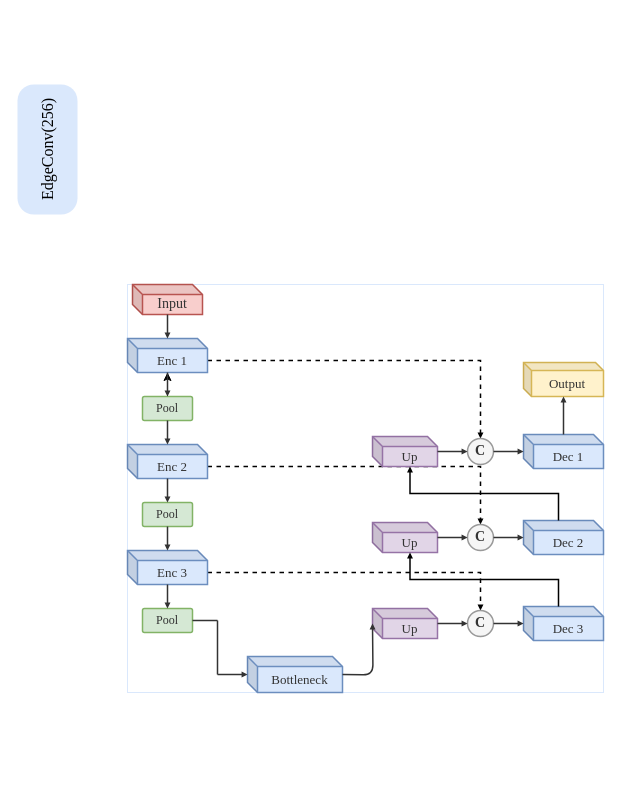
Above: DrivAerNet_RegGDCNN.drawio in bojunZhang-heng/science_drawing (draw.io), before the change. Source tidied: cells renumbered, new cells numbered last; positions are measured from the earlier drawing's top-left corner, leaving out a move shared by most shapes. Both pictures are drawn from the tidied source at 100%, with x=0, y=0 at pixel (-18, 119).
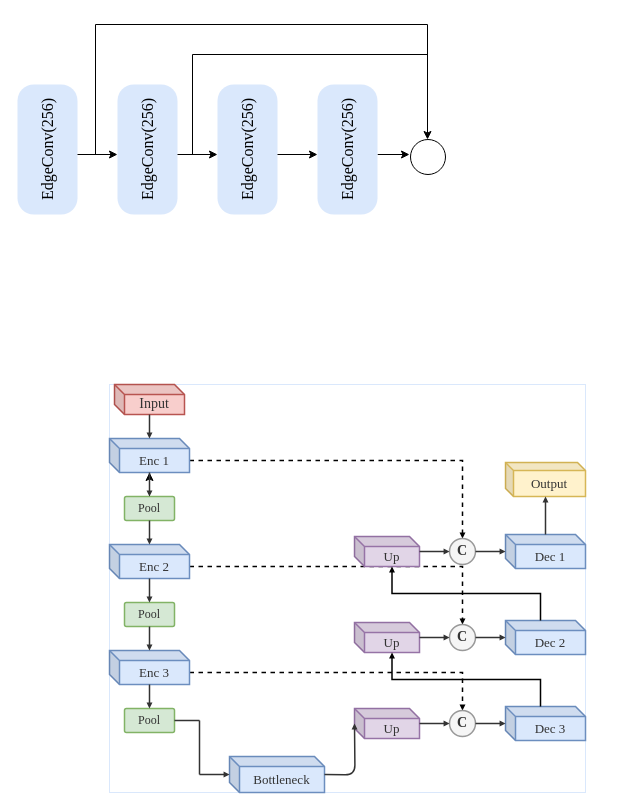
Above is the later version.

What changed in the source:
```diff
@@
     <mxCell id="3" style="group;strokeColor=#DAE8FC;" parent="1" vertex="1">
-      <mxGeometry x="145" y="165" width="476" height="408" as="geometry" />
+      <mxGeometry x="127" y="265" width="476" height="408" as="geometry" />
     </mxCell>
@@
+    <mxCell id="45" value="&lt;font style=&quot;font-size: 16px;&quot; face=&quot;Times New Roman&quot;&gt;EdgeConv(256)&lt;/font&gt;" style="rounded=1;whiteSpace=wrap;html=1;roundedPerimeter=1;rotation=-90;arcSize=27;fillColor=light-dark(#DAE8FC,#99FF99);strokeColor=none;fillStyle=auto;" parent="1" vertex="1">
+      <mxGeometry x="100" width="130" height="60" as="geometry" />
+    </mxCell>
+    <mxCell id="46" value="&lt;font style=&quot;font-size: 16px;&quot; face=&quot;Times New Roman&quot;&gt;EdgeConv(256)&lt;/font&gt;" style="rounded=1;whiteSpace=wrap;html=1;roundedPerimeter=1;rotation=-90;arcSize=27;fillColor=light-dark(#DAE8FC,#99FF99);strokeColor=none;fillStyle=auto;" parent="1" vertex="1">
+      <mxGeometry x="200" width="130" height="60" as="geometry" />
+    </mxCell>
+    <mxCell id="47" style="rounded=0;orthogonalLoop=1;jettySize=auto;html=1;defaultLabelBackgroundColor=page;exitX=0.5;exitY=1;exitDx=0;exitDy=0;" parent="1" edge="1">
+      <mxGeometry relative="1" as="geometry">
+        <mxPoint x="395" y="35" as="sourcePoint" />
+        <mxPoint x="427" y="35" as="targetPoint" />
+      </mxGeometry>
+    </mxCell>
+    <mxCell id="48" value="&lt;font style=&quot;font-size: 16px;&quot; face=&quot;Times New Roman&quot;&gt;EdgeConv(256)&lt;/font&gt;" style="rounded=1;whiteSpace=wrap;html=1;roundedPerimeter=1;rotation=-90;arcSize=27;fillColor=light-dark(#DAE8FC,#99FF99);strokeColor=none;fillStyle=auto;" parent="1" vertex="1">
+      <mxGeometry x="300" width="130" height="60" as="geometry" />
+    </mxCell>
+    <mxCell id="49" style="endArrow=classic;html=1;rounded=0;defaultLabelBackgroundColor=page;" parent="1" edge="1">
+      <mxGeometry relative="1" as="geometry">
+        <mxPoint x="95" y="35" as="sourcePoint" />
+        <mxPoint x="135" y="35" as="targetPoint" />
+      </mxGeometry>
+    </mxCell>
+    <mxCell id="50" style="endArrow=classic;html=1;rounded=0;defaultLabelBackgroundColor=page;" parent="1" edge="1">
+      <mxGeometry relative="1" as="geometry">
+        <mxPoint x="195" y="35" as="sourcePoint" />
+        <mxPoint x="235" y="35" as="targetPoint" />
+      </mxGeometry>
+    </mxCell>
+    <mxCell id="51" style="endArrow=classic;html=1;rounded=0;defaultLabelBackgroundColor=page;" parent="1" edge="1">
+      <mxGeometry relative="1" as="geometry">
+        <mxPoint x="295" y="35" as="sourcePoint" />
+        <mxPoint x="335" y="35" as="targetPoint" />
+      </mxGeometry>
+    </mxCell>
+    <mxCell id="52" style="endArrow=classic;html=1;rounded=0;defaultLabelBackgroundColor=page;edgeStyle=orthogonalEdgeStyle;" parent="1" edge="1">
+      <mxGeometry x="-0.67" relative="1" as="geometry">
+        <mxPoint x="113" y="35" as="sourcePoint" />
+        <mxPoint x="445" y="20" as="targetPoint" />
+        <Array as="points">
+          <mxPoint x="113" y="-95" />
+          <mxPoint x="445" y="-95" />
+        </Array>
+      </mxGeometry>
+    </mxCell>
+    <mxCell id="53" style="endArrow=none;html=1;rounded=0;defaultLabelBackgroundColor=page;edgeStyle=orthogonalEdgeStyle;" parent="1" edge="1">
+      <mxGeometry x="-0.7" relative="1" as="geometry">
+        <mxPoint x="210" y="35" as="sourcePoint" />
+        <mxPoint x="445" y="-65" as="targetPoint" />
+        <Array as="points">
+          <mxPoint x="210" y="-65" />
+        </Array>
+      </mxGeometry>
+    </mxCell>
+    <mxCell id="54" style="ellipse;whiteSpace=wrap;html=1;shapeInside=1;flipH=1;legacyAnchorPoints=0;" parent="1" vertex="1">
+      <mxGeometry x="428" y="20" width="35" height="35" as="geometry" />
+    </mxCell>
```
